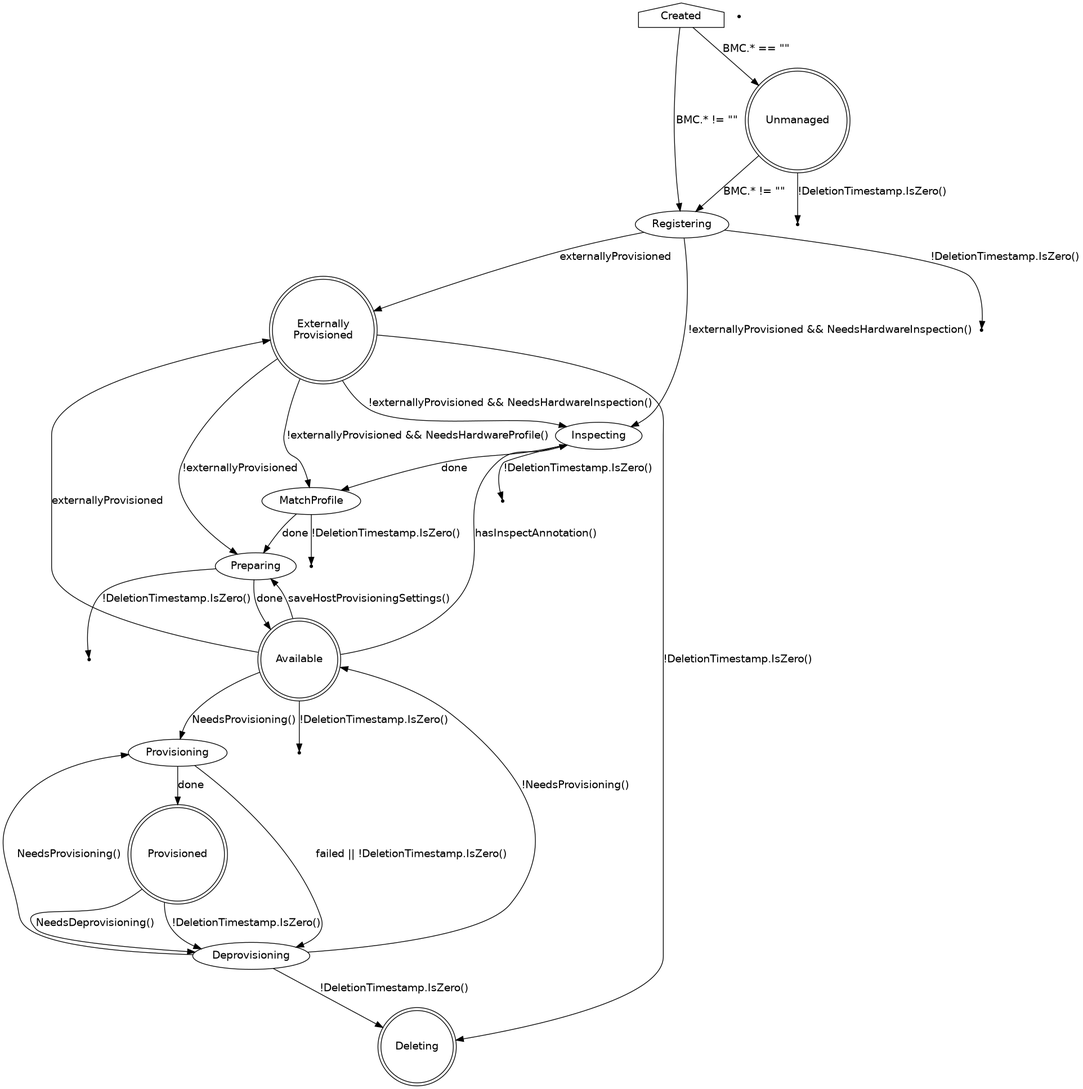
Earlier version of the Graphviz export docs/BaremetalHost_ProvisioningState.png (metal3-io/baremetal-operator). Its source is kept beside it as docs/BaremetalHost_ProvisioningState.dot.
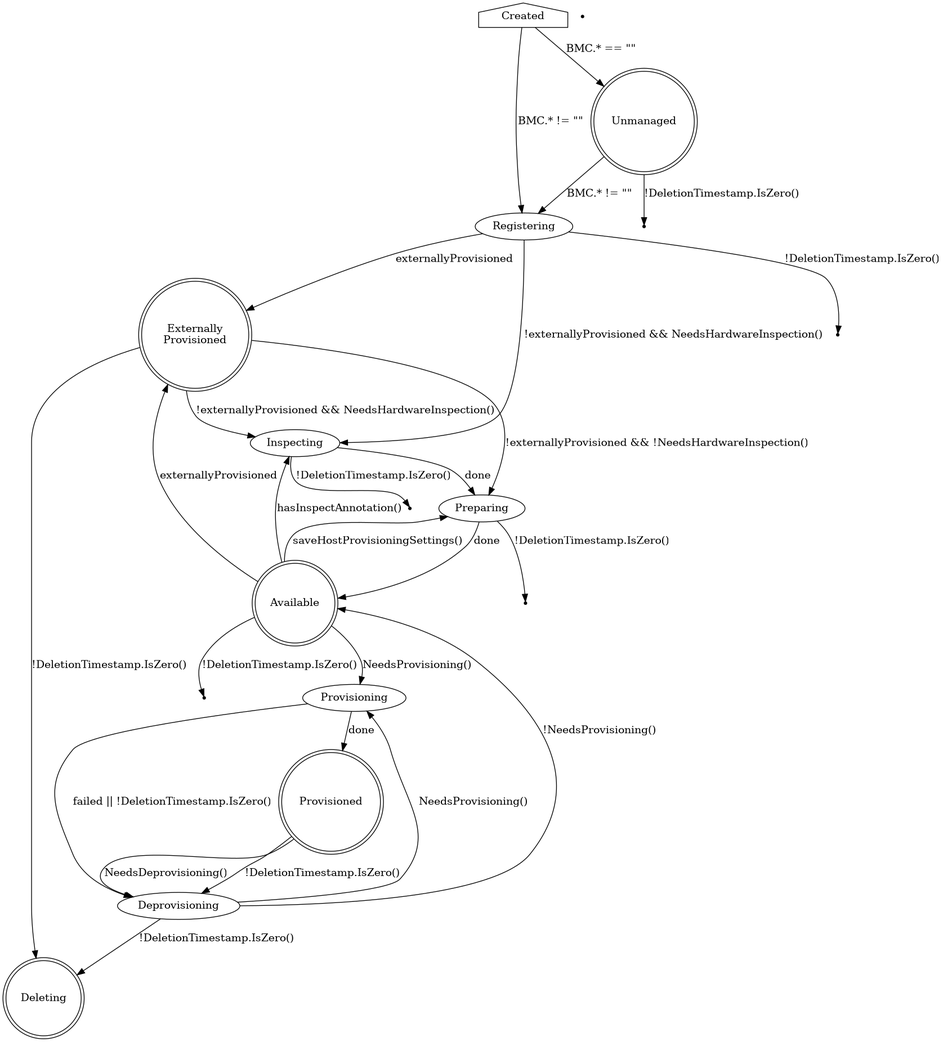
The same diagram one commit later.

Commit message:
Get rid of a separate state for profile matching

The edit, as a diff of the source:
```diff
@@ -18,19 +18,13 @@
     Deleting2 [shape=point]
 
     ExternallyProvisioned -> Inspecting [label="!externallyProvisioned && NeedsHardwareInspection()"]
-    ExternallyProvisioned -> MatchProfile [label="!externallyProvisioned && NeedsHardwareProfile()"]
-    ExternallyProvisioned -> Preparing [label="!externallyProvisioned"]
+    ExternallyProvisioned -> Preparing [label="!externallyProvisioned && !NeedsHardwareInspection()"]
     Available -> ExternallyProvisioned [label="externallyProvisioned"]
 
-    Inspecting -> MatchProfile [label="done"]
+    Inspecting -> Preparing [label="done"]
     Inspecting -> Deleting3 [label="!DeletionTimestamp.IsZero()"]
 
     Deleting3 [shape=point]
-
-    MatchProfile -> Preparing [label="done"]
-    MatchProfile -> Deleting4 [label="!DeletionTimestamp.IsZero()"]
-
-    Deleting4 [shape=point]
 
     Deleting5 [shape=point]
 
```
